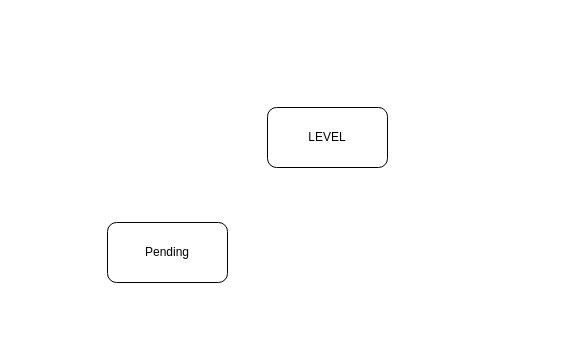
leesum1/doc keeps this draw.io diagram as spike_plic.drawio. Above is the earlier version. Source tidied: cells renumbered, new cells numbered last; positions are measured from the earlier drawing's top-left corner, leaving out a move shared by most shapes. Both pictures are drawn from the tidied source at 100%, with x=0, y=0 at pixel (107, 107).
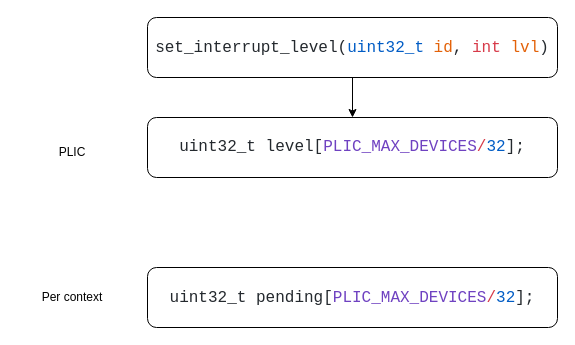
The same page after the edit.

The edit, as a diff of the source:
```diff
@@
 <mxGraphModel>
   <root>
     <mxCell id="0" />
     <mxCell id="1" parent="0" />
-    <mxCell id="2" value="LEVEL" style="rounded=1;whiteSpace=wrap;html=1;" parent="1" vertex="1">
-      <mxGeometry x="160" width="120" height="60" as="geometry" />
+    <mxCell id="2" value="&lt;span style=&quot;background-color: rgb(255, 255, 255); color: rgb(36, 41, 46); font-family: &amp;quot;Source Code Pro&amp;quot;, &amp;quot;Note Sans&amp;quot;, monospace, &amp;quot;Droid Sans Mono&amp;quot;, &amp;quot;monospace&amp;quot;, monospace; font-size: 16px;&quot;&gt;uint32_t level[&lt;/span&gt;&lt;span style=&quot;font-family: &amp;quot;Source Code Pro&amp;quot;, &amp;quot;Note Sans&amp;quot;, monospace, &amp;quot;Droid Sans Mono&amp;quot;, &amp;quot;monospace&amp;quot;, monospace; font-size: 16px; color: rgb(111, 66, 193);&quot;&gt;PLIC_MAX_DEVICES&lt;/span&gt;&lt;span style=&quot;font-family: &amp;quot;Source Code Pro&amp;quot;, &amp;quot;Note Sans&amp;quot;, monospace, &amp;quot;Droid Sans Mono&amp;quot;, &amp;quot;monospace&amp;quot;, monospace; font-size: 16px; color: rgb(215, 58, 73);&quot;&gt;/&lt;/span&gt;&lt;span style=&quot;font-family: &amp;quot;Source Code Pro&amp;quot;, &amp;quot;Note Sans&amp;quot;, monospace, &amp;quot;Droid Sans Mono&amp;quot;, &amp;quot;monospace&amp;quot;, monospace; font-size: 16px; color: rgb(0, 92, 197);&quot;&gt;32&lt;/span&gt;&lt;span style=&quot;background-color: rgb(255, 255, 255); color: rgb(36, 41, 46); font-family: &amp;quot;Source Code Pro&amp;quot;, &amp;quot;Note Sans&amp;quot;, monospace, &amp;quot;Droid Sans Mono&amp;quot;, &amp;quot;monospace&amp;quot;, monospace; font-size: 16px;&quot;&gt;];&lt;/span&gt;" style="rounded=1;whiteSpace=wrap;html=1;" parent="1" vertex="1">
+      <mxGeometry x="40" y="10" width="410" height="60" as="geometry" />
     </mxCell>
-    <mxCell id="3" value="Pending" style="rounded=1;whiteSpace=wrap;html=1;" parent="1" vertex="1">
-      <mxGeometry y="115" width="120" height="60" as="geometry" />
+    <mxCell id="3" value="&lt;div style=&quot;color: rgb(36, 41, 46); background-color: rgb(255, 255, 255); font-family: &amp;quot;Source Code Pro&amp;quot;, &amp;quot;Note Sans&amp;quot;, monospace, &amp;quot;Droid Sans Mono&amp;quot;, &amp;quot;monospace&amp;quot;, monospace; font-size: 16px; line-height: 22px;&quot;&gt;uint32_t pending[&lt;span style=&quot;color: #6f42c1;&quot;&gt;PLIC_MAX_DEVICES&lt;/span&gt;&lt;span style=&quot;color: #d73a49;&quot;&gt;/&lt;/span&gt;&lt;span style=&quot;color: #005cc5;&quot;&gt;32&lt;/span&gt;];&lt;/div&gt;" style="rounded=1;whiteSpace=wrap;html=1;" parent="1" vertex="1">
+      <mxGeometry x="40" y="160" width="410" height="60" as="geometry" />
     </mxCell>
+    <mxCell id="4" style="edgeStyle=orthogonalEdgeStyle;rounded=0;jettySize=auto;html=1;" parent="1" edge="1" source="5" target="2">
+      <mxGeometry relative="1" as="geometry" />
+    </mxCell>
+    <mxCell id="5" value="&lt;div style=&quot;color: rgb(36, 41, 46); background-color: rgb(255, 255, 255); font-family: &amp;quot;Source Code Pro&amp;quot;, &amp;quot;Note Sans&amp;quot;, monospace, &amp;quot;Droid Sans Mono&amp;quot;, &amp;quot;monospace&amp;quot;, monospace; font-size: 16px; line-height: 22px;&quot;&gt;set_interrupt_level(&lt;span style=&quot;color: #005cc5;&quot;&gt;uint32_t&lt;/span&gt; &lt;span style=&quot;color: #e36209;&quot;&gt;id&lt;/span&gt;, &lt;span style=&quot;color: #d73a49;&quot;&gt;int&lt;/span&gt; &lt;span style=&quot;color: #e36209;&quot;&gt;lvl&lt;/span&gt;)&lt;/div&gt;" style="rounded=1;whiteSpace=wrap;html=1;" parent="1" vertex="1">
+      <mxGeometry x="40" y="-90" width="410" height="60" as="geometry" />
+    </mxCell>
+    <mxCell id="6" value="Per context" style="text;html=1;strokeColor=none;fillColor=none;align=center;verticalAlign=middle;whiteSpace=wrap;rounded=0;" parent="1" vertex="1">
+      <mxGeometry x="-90" y="175" width="110" height="30" as="geometry" />
+    </mxCell>
+    <mxCell id="7" value="PLIC" style="text;html=1;strokeColor=none;fillColor=none;align=center;verticalAlign=middle;whiteSpace=wrap;rounded=0;" parent="1" vertex="1">
+      <mxGeometry x="-90" y="30" width="110" height="30" as="geometry" />
+    </mxCell>
   </root>
 </mxGraphModel>
```
